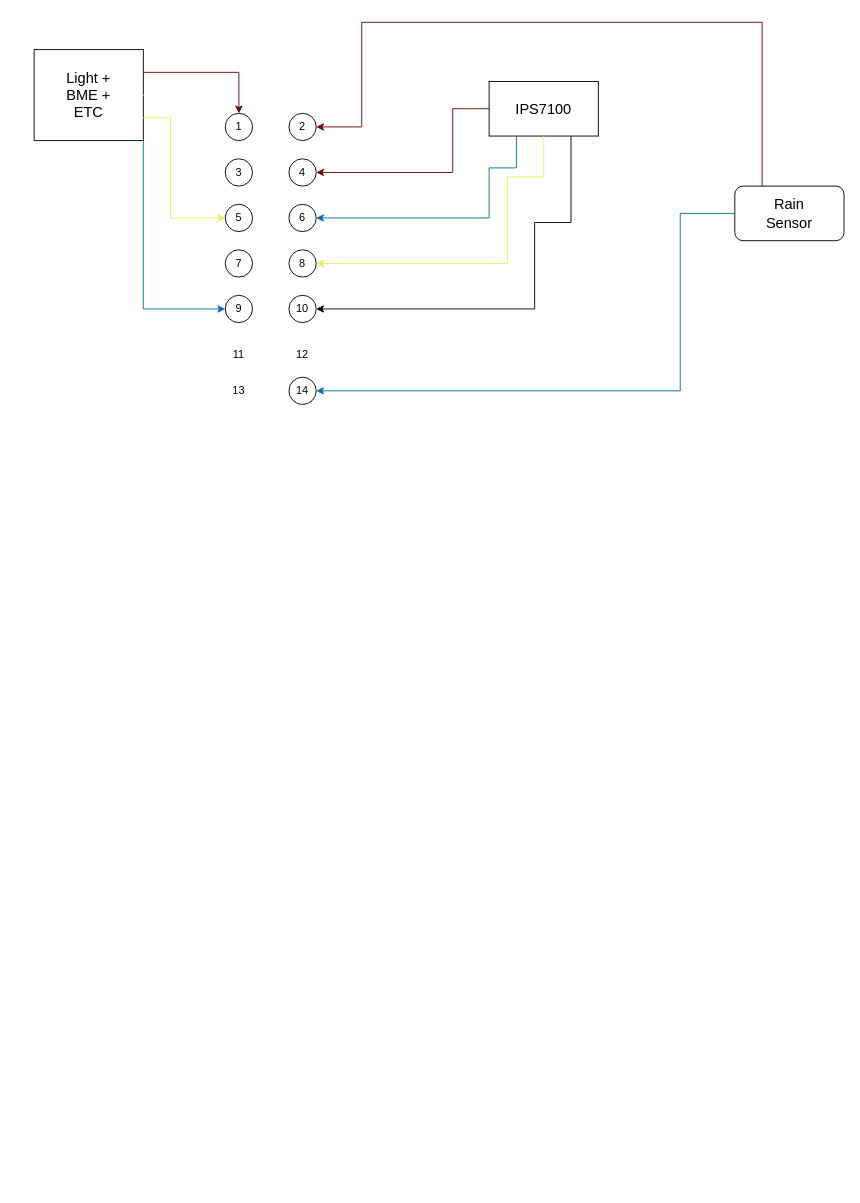
The draw.io diagram linux/MINTS-SoloNode-Schematic.drawio in VA-24/instructables, before the edit. Source tidied: cells renumbered, new cells numbered last; positions are measured from the earlier drawing's top-left corner, leaving out a move shared by most shapes. Both pictures are drawn from the tidied source at 91%, with x=0, y=0 at pixel (34, 22).
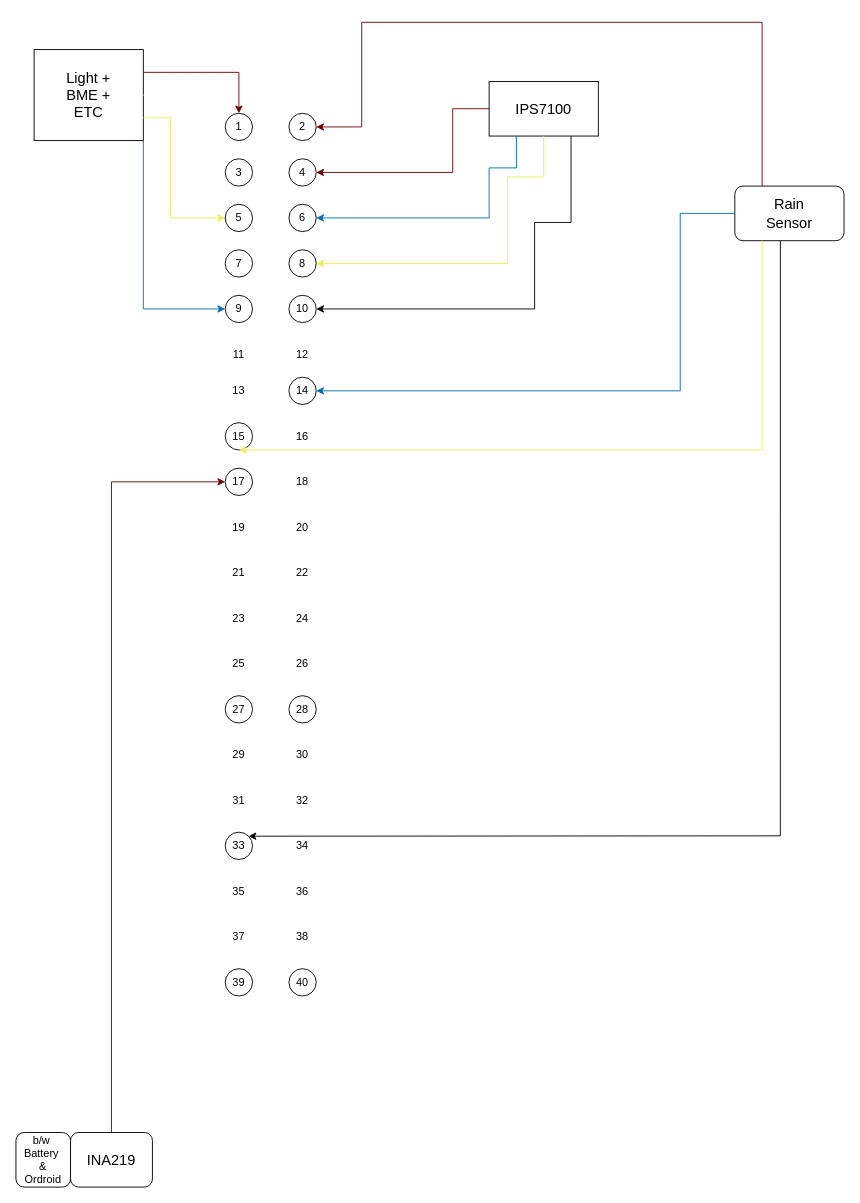
The same diagram, later.

Unchanged cells that the change refers to:
```xml
<mxCell id="33" style="rounded=1;whiteSpace=wrap;html=1;" parent="1" vertex="1">
  <mxGeometry x="770" y="180" width="120" height="60" as="geometry" />
</mxCell>
```

Change to the diagram source:
```diff
@@
+    <mxCell id="44" style="ellipse;whiteSpace=wrap;html=1;" parent="1" vertex="1">
+      <mxGeometry x="210" y="440" width="30" height="30" as="geometry" />
+    </mxCell>
+    <mxCell id="45" value="15" style="text;html=1;strokeColor=none;fillColor=none;align=center;verticalAlign=middle;whiteSpace=wrap;rounded=0;" parent="1" vertex="1">
+      <mxGeometry x="195" y="440" width="60" height="30" as="geometry" />
+    </mxCell>
+    <mxCell id="46" style="endArrow=classic;html=1;rounded=0;exitX=0.25;exitY=1;exitDx=0;exitDy=0;entryX=0.5;entryY=1;entryDx=0;entryDy=0;strokeColor=#EBF052;" parent="1" edge="1" source="33" target="45">
+      <mxGeometry relative="1" as="geometry">
+        <Array as="points">
+          <mxPoint x="800" y="470" />
+        </Array>
+      </mxGeometry>
+    </mxCell>
+    <mxCell id="47" value="16" style="text;html=1;strokeColor=none;fillColor=none;align=center;verticalAlign=middle;whiteSpace=wrap;rounded=0;" parent="1" vertex="1">
+      <mxGeometry x="265" y="440" width="60" height="30" as="geometry" />
+    </mxCell>
+    <mxCell id="48" style="ellipse;whiteSpace=wrap;html=1;" parent="1" vertex="1">
+      <mxGeometry x="210" y="490" width="30" height="30" as="geometry" />
+    </mxCell>
+    <mxCell id="49" value="17" style="text;html=1;strokeColor=none;fillColor=none;align=center;verticalAlign=middle;whiteSpace=wrap;rounded=0;" parent="1" vertex="1">
+      <mxGeometry x="195" y="490" width="60" height="30" as="geometry" />
+    </mxCell>
+    <mxCell id="50" value="18" style="text;html=1;strokeColor=none;fillColor=none;align=center;verticalAlign=middle;whiteSpace=wrap;rounded=0;" parent="1" vertex="1">
+      <mxGeometry x="265" y="490" width="60" height="30" as="geometry" />
+    </mxCell>
+    <mxCell id="51" value="19&lt;br&gt;" style="text;html=1;strokeColor=none;fillColor=none;align=center;verticalAlign=middle;whiteSpace=wrap;rounded=0;" parent="1" vertex="1">
+      <mxGeometry x="195" y="540" width="60" height="30" as="geometry" />
+    </mxCell>
+    <mxCell id="52" value="20" style="text;html=1;strokeColor=none;fillColor=none;align=center;verticalAlign=middle;whiteSpace=wrap;rounded=0;" parent="1" vertex="1">
+      <mxGeometry x="265" y="540" width="60" height="30" as="geometry" />
+    </mxCell>
+    <mxCell id="53" value="21" style="text;html=1;strokeColor=none;fillColor=none;align=center;verticalAlign=middle;whiteSpace=wrap;rounded=0;" parent="1" vertex="1">
+      <mxGeometry x="195" y="590" width="60" height="30" as="geometry" />
+    </mxCell>
+    <mxCell id="54" value="22" style="text;html=1;strokeColor=none;fillColor=none;align=center;verticalAlign=middle;whiteSpace=wrap;rounded=0;" parent="1" vertex="1">
+      <mxGeometry x="265" y="590" width="60" height="30" as="geometry" />
+    </mxCell>
+    <mxCell id="55" value="23" style="text;html=1;strokeColor=none;fillColor=none;align=center;verticalAlign=middle;whiteSpace=wrap;rounded=0;" parent="1" vertex="1">
+      <mxGeometry x="195" y="640" width="60" height="30" as="geometry" />
+    </mxCell>
+    <mxCell id="56" value="24" style="text;html=1;strokeColor=none;fillColor=none;align=center;verticalAlign=middle;whiteSpace=wrap;rounded=0;" parent="1" vertex="1">
+      <mxGeometry x="265" y="640" width="60" height="30" as="geometry" />
+    </mxCell>
+    <mxCell id="57" value="25" style="text;html=1;strokeColor=none;fillColor=none;align=center;verticalAlign=middle;whiteSpace=wrap;rounded=0;" parent="1" vertex="1">
+      <mxGeometry x="195" y="690" width="60" height="30" as="geometry" />
+    </mxCell>
+    <mxCell id="58" value="26" style="text;html=1;strokeColor=none;fillColor=none;align=center;verticalAlign=middle;whiteSpace=wrap;rounded=0;" parent="1" vertex="1">
+      <mxGeometry x="265" y="690" width="60" height="30" as="geometry" />
+    </mxCell>
+    <mxCell id="59" style="ellipse;whiteSpace=wrap;html=1;" parent="1" vertex="1">
+      <mxGeometry x="210" y="740" width="30" height="30" as="geometry" />
+    </mxCell>
+    <mxCell id="60" style="ellipse;whiteSpace=wrap;html=1;" parent="1" vertex="1">
+      <mxGeometry x="280" y="740" width="30" height="30" as="geometry" />
+    </mxCell>
+    <mxCell id="61" value="27" style="text;html=1;strokeColor=none;fillColor=none;align=center;verticalAlign=middle;whiteSpace=wrap;rounded=0;" parent="1" vertex="1">
+      <mxGeometry x="195" y="740" width="60" height="30" as="geometry" />
+    </mxCell>
+    <mxCell id="62" value="28" style="text;html=1;strokeColor=none;fillColor=none;align=center;verticalAlign=middle;whiteSpace=wrap;rounded=0;" parent="1" vertex="1">
+      <mxGeometry x="265" y="740" width="60" height="30" as="geometry" />
+    </mxCell>
+    <mxCell id="63" value="29" style="text;html=1;strokeColor=none;fillColor=none;align=center;verticalAlign=middle;whiteSpace=wrap;rounded=0;" parent="1" vertex="1">
+      <mxGeometry x="195" y="790" width="60" height="30" as="geometry" />
+    </mxCell>
+    <mxCell id="64" value="30" style="text;html=1;strokeColor=none;fillColor=none;align=center;verticalAlign=middle;whiteSpace=wrap;rounded=0;" parent="1" vertex="1">
+      <mxGeometry x="265" y="790" width="60" height="30" as="geometry" />
+    </mxCell>
+    <mxCell id="65" value="31" style="text;html=1;strokeColor=none;fillColor=none;align=center;verticalAlign=middle;whiteSpace=wrap;rounded=0;" parent="1" vertex="1">
+      <mxGeometry x="195" y="840" width="60" height="30" as="geometry" />
+    </mxCell>
+    <mxCell id="66" value="32" style="text;html=1;strokeColor=none;fillColor=none;align=center;verticalAlign=middle;whiteSpace=wrap;rounded=0;" parent="1" vertex="1">
+      <mxGeometry x="265" y="840" width="60" height="30" as="geometry" />
+    </mxCell>
+    <mxCell id="67" style="ellipse;whiteSpace=wrap;html=1;" parent="1" vertex="1">
+      <mxGeometry x="210" y="890" width="30" height="30" as="geometry" />
+    </mxCell>
+    <mxCell id="68" value="33" style="text;html=1;strokeColor=none;fillColor=none;align=center;verticalAlign=middle;whiteSpace=wrap;rounded=0;" parent="1" vertex="1">
+      <mxGeometry x="195" y="890" width="60" height="30" as="geometry" />
+    </mxCell>
+    <mxCell id="69" style="endArrow=classic;html=1;rounded=0;exitX=0.417;exitY=1;exitDx=0;exitDy=0;exitPerimeter=0;entryX=1;entryY=0;entryDx=0;entryDy=0;" parent="1" edge="1" source="33" target="67">
+      <mxGeometry relative="1" as="geometry">
+        <Array as="points">
+          <mxPoint x="820" y="894" />
+        </Array>
+      </mxGeometry>
+    </mxCell>
+    <mxCell id="70" value="34" style="text;html=1;strokeColor=none;fillColor=none;align=center;verticalAlign=middle;whiteSpace=wrap;rounded=0;" parent="1" vertex="1">
+      <mxGeometry x="265" y="890" width="60" height="30" as="geometry" />
+    </mxCell>
+    <mxCell id="71" value="35" style="text;html=1;strokeColor=none;fillColor=none;align=center;verticalAlign=middle;whiteSpace=wrap;rounded=0;" parent="1" vertex="1">
+      <mxGeometry x="195" y="940" width="60" height="30" as="geometry" />
+    </mxCell>
+    <mxCell id="72" value="36" style="text;html=1;strokeColor=none;fillColor=none;align=center;verticalAlign=middle;whiteSpace=wrap;rounded=0;" parent="1" vertex="1">
+      <mxGeometry x="265" y="940" width="60" height="30" as="geometry" />
+    </mxCell>
+    <mxCell id="73" value="37" style="text;html=1;strokeColor=none;fillColor=none;align=center;verticalAlign=middle;whiteSpace=wrap;rounded=0;" parent="1" vertex="1">
+      <mxGeometry x="195" y="990" width="60" height="30" as="geometry" />
+    </mxCell>
+    <mxCell id="74" value="38" style="text;html=1;strokeColor=none;fillColor=none;align=center;verticalAlign=middle;whiteSpace=wrap;rounded=0;" parent="1" vertex="1">
+      <mxGeometry x="265" y="990" width="60" height="30" as="geometry" />
+    </mxCell>
+    <mxCell id="75" style="ellipse;whiteSpace=wrap;html=1;" parent="1" vertex="1">
+      <mxGeometry x="210" y="1040" width="30" height="30" as="geometry" />
+    </mxCell>
+    <mxCell id="76" value="39" style="text;html=1;strokeColor=none;fillColor=none;align=center;verticalAlign=middle;whiteSpace=wrap;rounded=0;" parent="1" vertex="1">
+      <mxGeometry x="195" y="1040" width="60" height="30" as="geometry" />
+    </mxCell>
+    <mxCell id="77" value="40" style="ellipse;whiteSpace=wrap;html=1;" parent="1" vertex="1">
+      <mxGeometry x="280" y="1040" width="30" height="30" as="geometry" />
+    </mxCell>
+    <mxCell id="78" value="b/w&amp;nbsp;&lt;br&gt;Battery&amp;nbsp;&lt;br&gt;&amp;amp;&lt;br&gt;Ordroid" style="rounded=1;whiteSpace=wrap;html=1;" parent="1" vertex="1">
+      <mxGeometry x="-20" y="1220" width="60" height="60" as="geometry" />
+    </mxCell>
+    <mxCell id="79" value="&lt;font style=&quot;font-size: 16px;&quot;&gt;INA219&lt;/font&gt;" style="rounded=1;whiteSpace=wrap;html=1;" parent="1" vertex="1">
+      <mxGeometry x="40" y="1220" width="90" height="60" as="geometry" />
+    </mxCell>
+    <mxCell id="80" style="endArrow=classic;html=1;rounded=0;exitX=0.5;exitY=0;exitDx=0;exitDy=0;entryX=0;entryY=0.5;entryDx=0;entryDy=0;fillColor=#a20025;strokeColor=#6F0000;" parent="1" edge="1" source="79" target="48">
+      <mxGeometry relative="1" as="geometry">
+        <Array as="points">
+          <mxPoint x="85" y="505" />
+        </Array>
+      </mxGeometry>
+    </mxCell>
```
